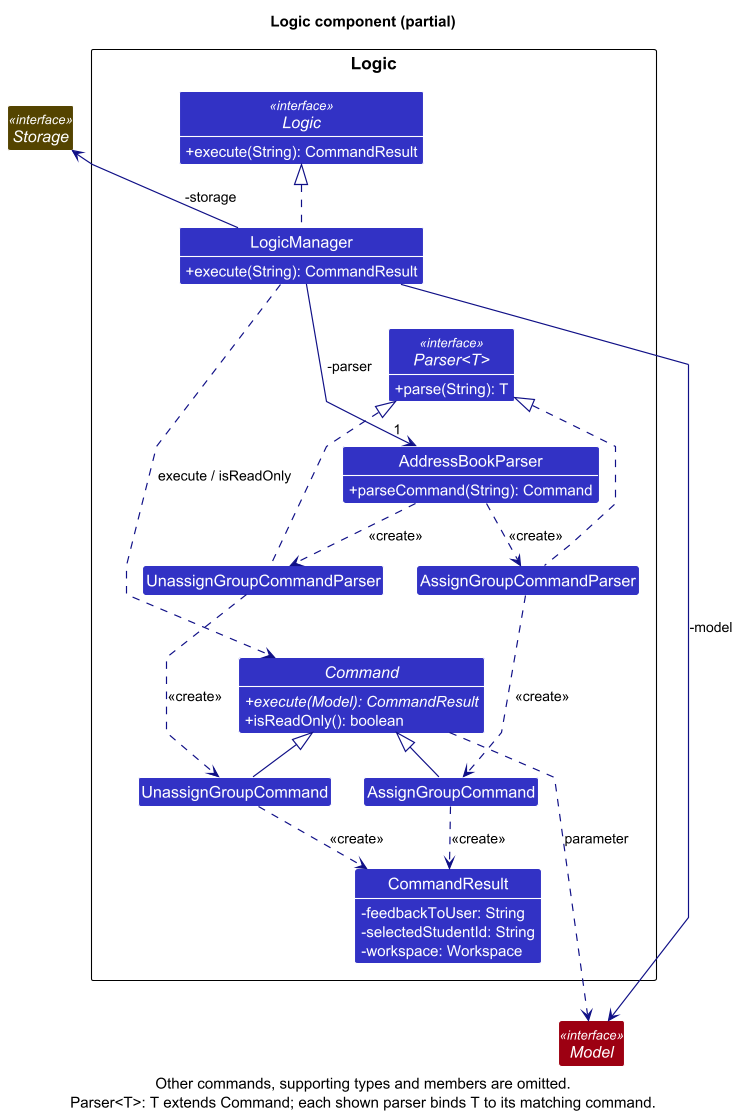
AY2627S1-CS2103T-T10-4/tp keeps this PlantUML diagram as docs/images/LogicClassDiagram.png. Above is the earlier version. The source it was exported from:
```plantuml
@startuml
!include style.puml
skinparam arrowThickness 1.1
skinparam arrowColor LOGIC_COLOR_T4
skinparam classBackgroundColor LOGIC_COLOR
skinparam classAttributeFontColor #FFFFFF
skinparam classAttributeIconSize 0
skinparam genericDisplay old
skinparam ArrowFontStyle plain
skinparam nodesep 30
skinparam ranksep 40
skinparam linetype polyline
show members
hide empty members

title Logic component (partial)
scale 740 width

package Logic as LogicPackage {
    interface Logic <<interface>> {
        +execute(String): CommandResult
    }
    class LogicManager {
        +execute(String): CommandResult
    }
    class AddressBookParser {
        +parseCommand(String): Command
    }
    interface "Parser<T>" as Parser <<interface>> {
        +parse(String): T
    }
    class AssignGroupCommandParser
    class UnassignGroupCommandParser
    abstract class Command {
        {abstract} +execute(Model): CommandResult
        +isReadOnly(): boolean
    }
    class AssignGroupCommand
    class UnassignGroupCommand
    class CommandResult {
        -feedbackToUser: String
        -selectedStudentId: String
        -workspace: Workspace
    }
}

interface Model <<interface>> MODEL_COLOR
interface Storage <<interface>> STORAGE_COLOR_T2

LogicManager .up.|> Logic
LogicManager -down-> "1" AddressBookParser : -parser
LogicManager -down-> Model : -model
LogicManager -up-> Storage : -storage
LogicManager ..> Command : execute / isReadOnly

AddressBookParser .down.> AssignGroupCommandParser : <<create>>
AddressBookParser .down.> UnassignGroupCommandParser : <<create>>
AssignGroupCommandParser .up.|> Parser
UnassignGroupCommandParser .up.|> Parser
AssignGroupCommandParser .down.> AssignGroupCommand : <<create>>
UnassignGroupCommandParser .down.> UnassignGroupCommand : <<create>>

AssignGroupCommand -up-|> Command
UnassignGroupCommand -up-|> Command
Command ..> Model : parameter
AssignGroupCommand ..> CommandResult : <<create>>
UnassignGroupCommand ..> CommandResult : <<create>>

LogicManager -[hidden]down-> Parser
Parser -[hidden]down-> AddressBookParser
AssignGroupCommandParser -[hidden]down-> Command
UnassignGroupCommandParser -[hidden]down-> Command
CommandResult -[hidden]down-> Model

caption
Other commands, supporting types and members are omitted.
Parser<T>: T extends Command; each shown parser binds T to its matching command.
end caption
@enduml
```
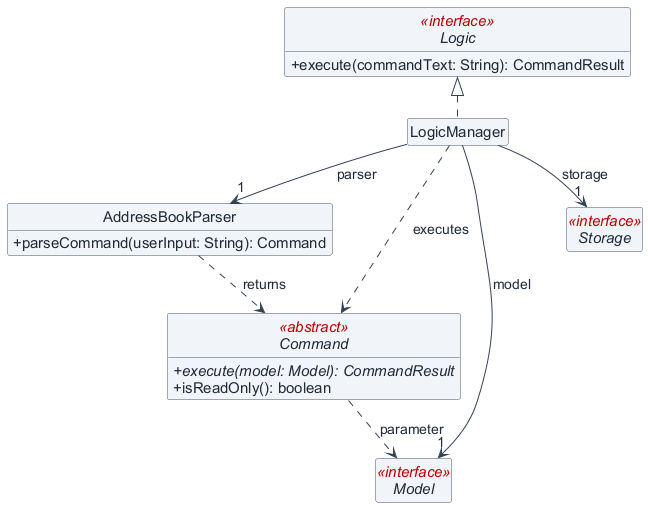
The same diagram one commit later.

Commit message:
Update guardian and logic design diagrams

The edit, as a diff of the source:
```diff
@@ -1,79 +1,24 @@
 @startuml
-!include style.puml
-skinparam arrowThickness 1.1
-skinparam arrowColor LOGIC_COLOR_T4
-skinparam classBackgroundColor LOGIC_COLOR
-skinparam classAttributeFontColor #FFFFFF
-skinparam classAttributeIconSize 0
-skinparam genericDisplay old
-skinparam ArrowFontStyle plain
-skinparam nodesep 30
-skinparam ranksep 40
-skinparam linetype polyline
-show members
-hide empty members
-
-title Logic component (partial)
-scale 740 width
-
-package Logic as LogicPackage {
-    interface Logic <<interface>> {
-        +execute(String): CommandResult
-    }
-    class LogicManager {
-        +execute(String): CommandResult
-    }
-    class AddressBookParser {
-        +parseCommand(String): Command
-    }
-    interface "Parser<T>" as Parser <<interface>> {
-        +parse(String): T
-    }
-    class AssignGroupCommandParser
-    class UnassignGroupCommandParser
-    abstract class Command {
-        {abstract} +execute(Model): CommandResult
-        +isReadOnly(): boolean
-    }
-    class AssignGroupCommand
-    class UnassignGroupCommand
-    class CommandResult {
-        -feedbackToUser: String
-        -selectedStudentId: String
-        -workspace: Workspace
-    }
+!include mentora-style.puml
+interface Logic <<interface>> {
+    +execute(commandText: String): CommandResult
 }
-
-interface Model <<interface>> MODEL_COLOR
-interface Storage <<interface>> STORAGE_COLOR_T2
+class LogicManager
+class AddressBookParser {
+    +parseCommand(userInput: String): Command
+}
+abstract class Command <<abstract>> {
+    {abstract} +execute(model: Model): CommandResult
+    +isReadOnly(): boolean
+}
+interface Model <<interface>>
+interface Storage <<interface>>
 
 LogicManager .up.|> Logic
-LogicManager -down-> "1" AddressBookParser : -parser
-LogicManager -down-> Model : -model
-LogicManager -up-> Storage : -storage
-LogicManager ..> Command : execute / isReadOnly
-
-AddressBookParser .down.> AssignGroupCommandParser : <<create>>
-AddressBookParser .down.> UnassignGroupCommandParser : <<create>>
-AssignGroupCommandParser .up.|> Parser
-UnassignGroupCommandParser .up.|> Parser
-AssignGroupCommandParser .down.> AssignGroupCommand : <<create>>
-UnassignGroupCommandParser .down.> UnassignGroupCommand : <<create>>
-
-AssignGroupCommand -up-|> Command
-UnassignGroupCommand -up-|> Command
+LogicManager --> "1" AddressBookParser : parser
+LogicManager --> "1" Model : model
+LogicManager --> "1" Storage : storage
+LogicManager ..> Command : executes
+AddressBookParser ..> Command : returns
 Command ..> Model : parameter
-AssignGroupCommand ..> CommandResult : <<create>>
-UnassignGroupCommand ..> CommandResult : <<create>>
-
-LogicManager -[hidden]down-> Parser
-Parser -[hidden]down-> AddressBookParser
-AssignGroupCommandParser -[hidden]down-> Command
-UnassignGroupCommandParser -[hidden]down-> Command
-CommandResult -[hidden]down-> Model
-
-caption
-Other commands, supporting types and members are omitted.
-Parser<T>: T extends Command; each shown parser binds T to its matching command.
-end caption
 @enduml
```
